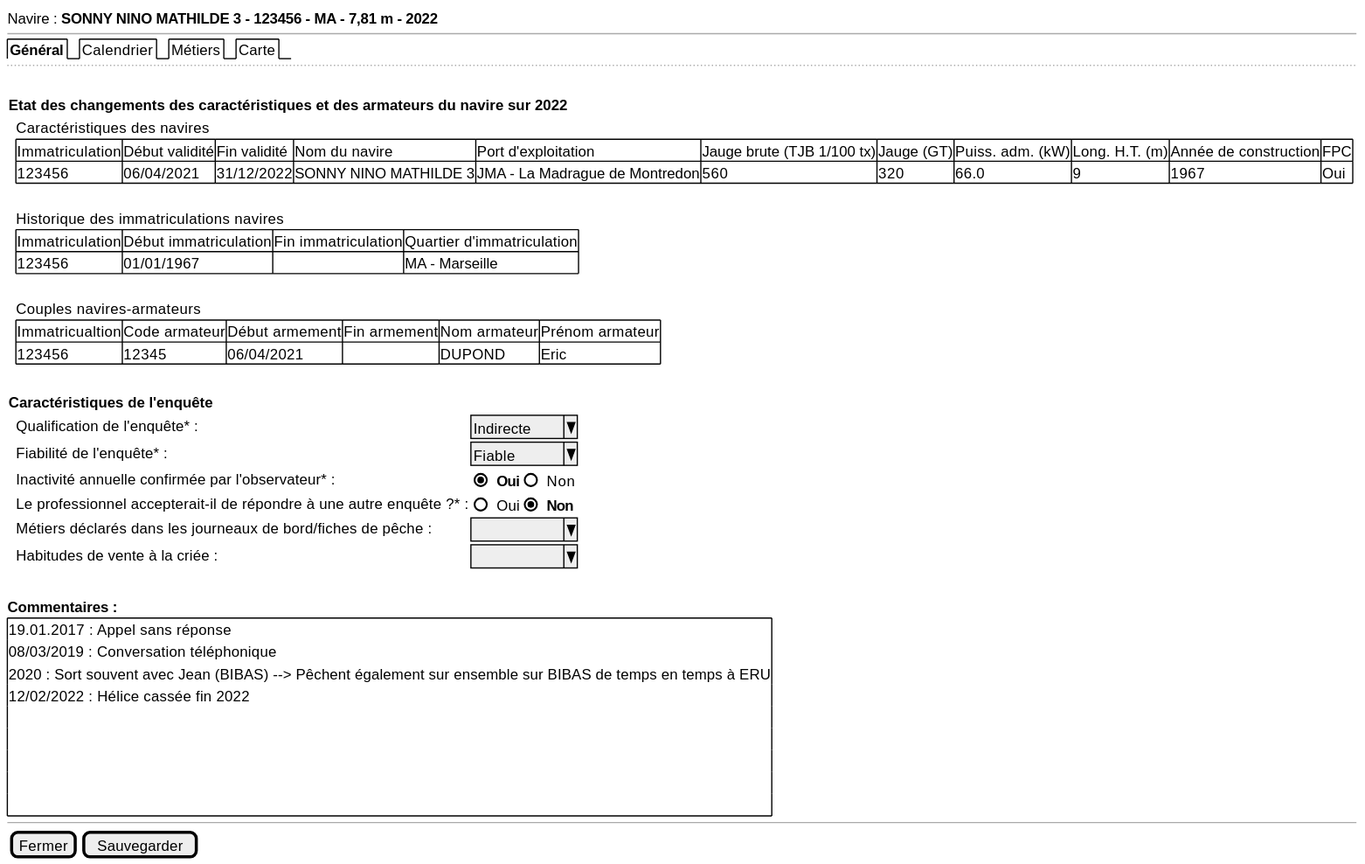
Before: projects/activity-calendar/spe/images/activity-calendar-new-general.svg, a diagram exported from PlantUML (sumaris-net/sumaris-doc).
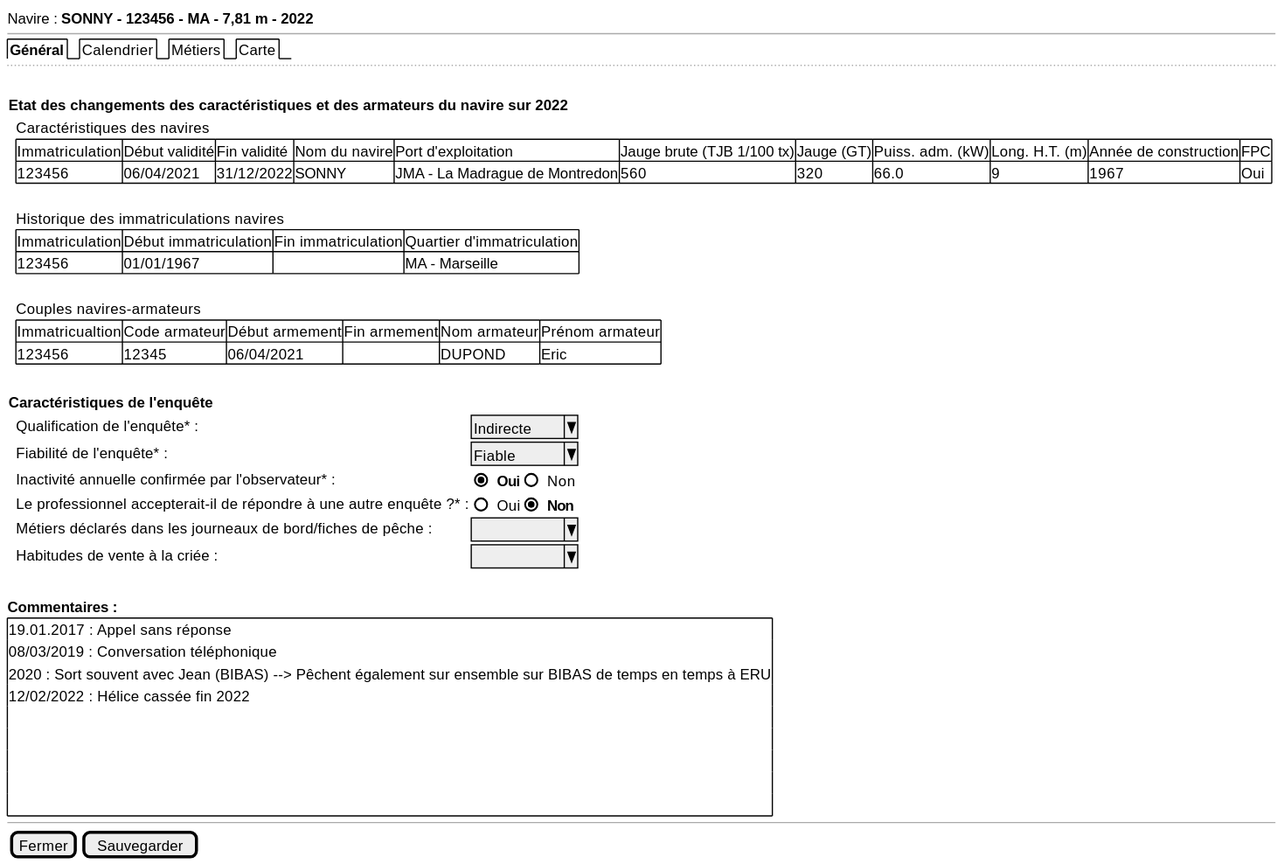
Above is the later version.

Diff of the diagram source:
```diff
@@ -1,6 +1,6 @@
 @startsalt
 {
-  Navire : <b>SONNY NINO MATHILDE 3 - 123456 - MA - 7,81 m - 2022
+  Navire : <b>SONNY - 123456 - MA - 7,81 m - 2022
   --
   {/ <b>Général | Calendrier | Métiers | Carte}
   ..
@@ -10,7 +10,7 @@
     {
     . | Caractéristiques des navires
     . | {# Immatriculation | Début validité | Fin validité | Nom du navire | Port d'exploitation | Jauge brute (TJB 1/100 tx) | Jauge (GT) | Puiss. adm. (kW) | Long. H.T. (m) | Année de construction | FPC
-       123456 | 06/04/2021 | 31/12/2022 | SONNY NINO MATHILDE 3 | JMA - La Madrague de Montredon | 560 | 320 | 66.0 | 9 | 1967 | Oui}
+       123456 | 06/04/2021 | 31/12/2022 | SONNY | JMA - La Madrague de Montredon | 560 | 320 | 66.0 | 9 | 1967 | Oui}
     .
 
     . | Historique des immatriculations navires
```
